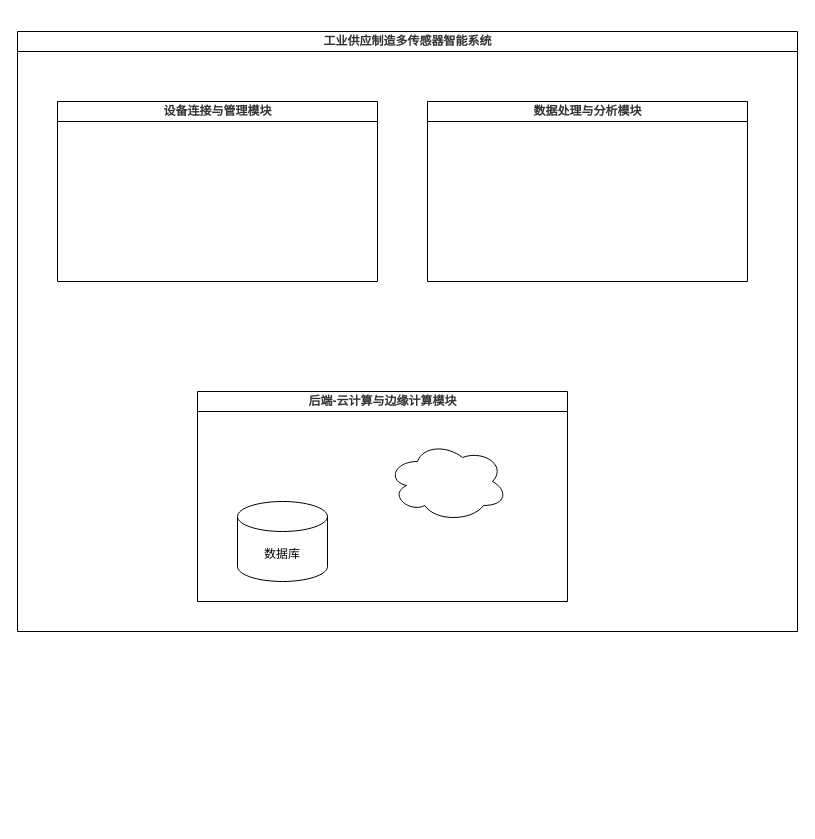
Before: 未命名绘图.drawio in RuspeciaNervld/DrawIO, a draw.io diagram. Source tidied: cells renumbered, new cells numbered last; positions are measured from the earlier drawing's top-left corner, leaving out a move shared by most shapes. Both pictures are drawn from the tidied source at 100%, with x=0, y=0 at pixel (17, 31).
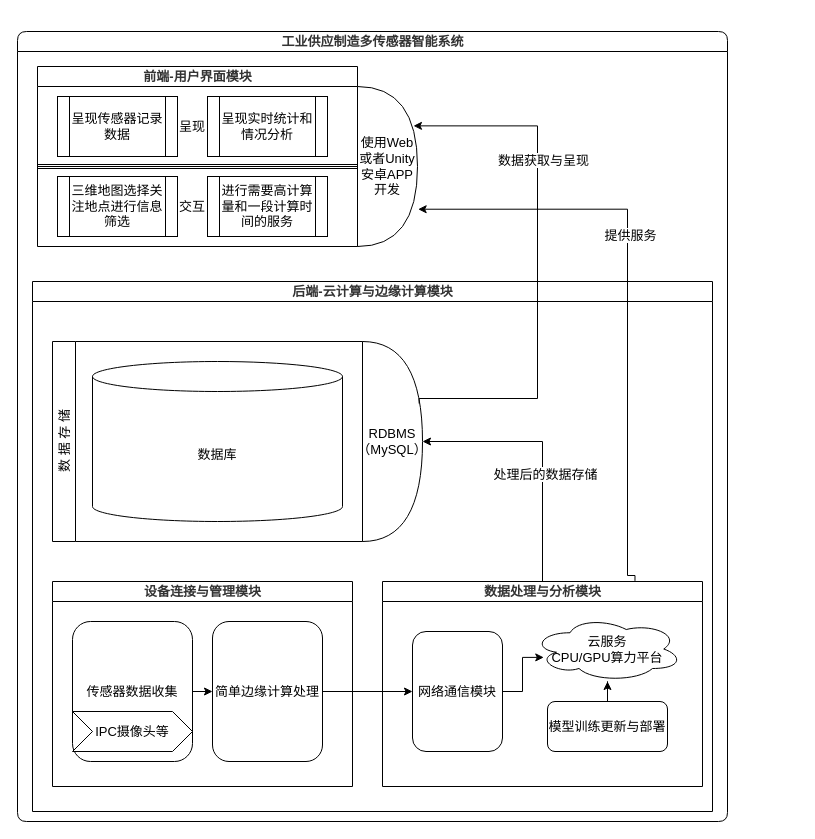
Above is the later version.

Commit message:
更新未命名绘图.drawio

Diff of the diagram source:
```diff
@@
-    <mxCell id="2" value="&lt;h1 style=&quot;box-sizing: border-box; break-inside: avoid; orphans: 4; font-size: var(--title-font-size); margin-top: 1rem; margin-bottom: 1rem; position: relative; font-weight: var(--strong-weight); font-family: var(--heading-Latin-font), var(--title-Chinese-font), serif; column-span: all; counter-reset: h2 0; color: rgb(51, 51, 51); break-after: avoid !important;&quot; class=&quot;md-end-block md-heading md-focus&quot;&gt;工业供应制造多传感器智能系统&lt;/h1&gt;" style="swimlane;html=1;startSize=20;horizontal=1;containerType=tree;glass=0;" parent="1" vertex="1">
-      <mxGeometry width="780" height="600" as="geometry" />
+    <mxCell id="2" value="&lt;h1 style=&quot;box-sizing: border-box; break-inside: avoid; orphans: 4; font-size: 13px; margin-top: 1rem; margin-bottom: 1rem; position: relative; font-weight: var(--strong-weight); font-family: var(--heading-Latin-font), var(--title-Chinese-font), serif; column-span: all; counter-reset: h2 0; color: rgb(51, 51, 51); break-after: avoid !important;&quot; class=&quot;md-end-block md-heading md-focus&quot;&gt;工业供应制造多传感器智能系统&lt;/h1&gt;" style="swimlane;html=1;startSize=20;horizontal=1;containerType=tree;glass=0;rounded=1;fontSize=13;fontFamily=华文黑体;" parent="1" vertex="1">
+      <mxGeometry width="710" height="790" as="geometry" />
     </mxCell>
+    <mxCell id="5" value="&lt;h1 style=&quot;box-sizing: border-box; break-inside: avoid; orphans: 4; font-size: 13px; margin-top: 1rem; margin-bottom: 1rem; position: relative; font-weight: var(--strong-weight); font-family: var(--heading-Latin-font), var(--title-Chinese-font), serif; column-span: all; counter-reset: h2 0; color: rgb(51, 51, 51); break-after: avoid !important;&quot; class=&quot;md-end-block md-heading md-focus&quot;&gt;后端-云计算与边缘计算模块&lt;br style=&quot;font-size: 13px;&quot;&gt;&lt;/h1&gt;" style="swimlane;html=1;startSize=20;horizontal=1;containerType=tree;glass=0;fontSize=13;fontFamily=华文黑体;" parent="2" vertex="1">
+      <mxGeometry x="15" y="250" width="680" height="530" as="geometry" />
+    </mxCell>
-    <mxCell id="3" value="&lt;h1 style=&quot;box-sizing: border-box; break-inside: avoid; orphans: 4; font-size: var(--title-font-size); margin-top: 1rem; margin-bottom: 1rem; position: relative; font-weight: var(--strong-weight); font-family: var(--heading-Latin-font), var(--title-Chinese-font), serif; column-span: all; counter-reset: h2 0; color: rgb(51, 51, 51); break-after: avoid !important;&quot; class=&quot;md-end-block md-heading md-focus&quot;&gt;设备连接与管理模块&lt;br&gt;&lt;/h1&gt;" style="swimlane;html=1;startSize=20;horizontal=1;containerType=tree;glass=0;" parent="2" vertex="1">
-      <mxGeometry x="40" y="70" width="320" height="180" as="geometry" />
+    <mxCell id="3" value="&lt;h1 style=&quot;box-sizing: border-box; break-inside: avoid; orphans: 4; font-size: 13px; margin-top: 1rem; margin-bottom: 1rem; position: relative; font-weight: var(--strong-weight); font-family: var(--heading-Latin-font), var(--title-Chinese-font), serif; column-span: all; counter-reset: h2 0; color: rgb(51, 51, 51); break-after: avoid !important;&quot; class=&quot;md-end-block md-heading md-focus&quot;&gt;设备连接与管理模块&lt;br style=&quot;font-size: 13px;&quot;&gt;&lt;/h1&gt;" style="swimlane;html=1;startSize=20;horizontal=1;containerType=tree;glass=0;fontSize=13;fontFamily=华文黑体;" parent="5" vertex="1">
+      <mxGeometry x="20" y="300" width="300" height="205" as="geometry" />
     </mxCell>
+    <mxCell id="8" style="edgeStyle=orthogonalEdgeStyle;rounded=0;jettySize=auto;html=1;exitX=1;exitY=0.5;exitDx=0;exitDy=0;entryX=0;entryY=0.5;entryDx=0;entryDy=0;fontSize=13;fontFamily=华文黑体;" parent="3" edge="1" source="9" target="11">
+      <mxGeometry relative="1" as="geometry" />
+    </mxCell>
+    <mxCell id="9" value="传感器数据收集" style="rounded=1;whiteSpace=wrap;html=1;fontSize=13;fontFamily=华文黑体;" parent="3" vertex="1">
+      <mxGeometry x="20" y="40" width="120" height="140" as="geometry" />
+    </mxCell>
+    <mxCell id="10" value="IPC摄像头等" style="shape=step;perimeter=stepPerimeter;whiteSpace=wrap;html=1;fixedSize=1;fontSize=13;fontFamily=华文黑体;" parent="3" vertex="1">
+      <mxGeometry x="20" y="130" width="120" height="40" as="geometry" />
+    </mxCell>
+    <mxCell id="11" value="简单边缘计算处理" style="rounded=1;whiteSpace=wrap;html=1;fontSize=13;fontFamily=华文黑体;" parent="3" vertex="1">
+      <mxGeometry x="160" y="40" width="110" height="140" as="geometry" />
+    </mxCell>
-    <mxCell id="4" value="&lt;h1 style=&quot;box-sizing: border-box; break-inside: avoid; orphans: 4; font-size: var(--title-font-size); margin-top: 1rem; margin-bottom: 1rem; position: relative; font-weight: var(--strong-weight); font-family: var(--heading-Latin-font), var(--title-Chinese-font), serif; column-span: all; counter-reset: h2 0; color: rgb(51, 51, 51); break-after: avoid !important;&quot; class=&quot;md-end-block md-heading md-focus&quot;&gt;数据处理与分析模块&lt;br&gt;&lt;/h1&gt;" style="swimlane;html=1;startSize=20;horizontal=1;containerType=tree;glass=0;" parent="2" vertex="1">
-      <mxGeometry x="410" y="70" width="320" height="180" as="geometry" />
+    <mxCell id="4" value="&lt;h1 style=&quot;box-sizing: border-box; break-inside: avoid; orphans: 4; font-size: 13px; margin-top: 1rem; margin-bottom: 1rem; position: relative; font-weight: var(--strong-weight); font-family: var(--heading-Latin-font), var(--title-Chinese-font), serif; column-span: all; counter-reset: h2 0; color: rgb(51, 51, 51); break-after: avoid !important;&quot; class=&quot;md-end-block md-heading md-focus&quot;&gt;数据处理与分析模块&lt;br style=&quot;font-size: 13px;&quot;&gt;&lt;/h1&gt;" style="swimlane;html=1;startSize=20;horizontal=1;containerType=tree;glass=0;fontSize=13;fontFamily=华文黑体;" parent="5" vertex="1">
+      <mxGeometry x="350" y="300" width="320" height="205" as="geometry" />
     </mxCell>
-    <mxCell id="5" value="&lt;h1 style=&quot;box-sizing: border-box; break-inside: avoid; orphans: 4; font-size: var(--title-font-size); margin-top: 1rem; margin-bottom: 1rem; position: relative; font-weight: var(--strong-weight); font-family: var(--heading-Latin-font), var(--title-Chinese-font), serif; column-span: all; counter-reset: h2 0; color: rgb(51, 51, 51); break-after: avoid !important;&quot; class=&quot;md-end-block md-heading md-focus&quot;&gt;后端-云计算与边缘计算模块&lt;br&gt;&lt;/h1&gt;" style="swimlane;html=1;startSize=20;horizontal=1;containerType=tree;glass=0;" parent="2" vertex="1">
-      <mxGeometry x="180" y="360" width="370" height="210" as="geometry" />
-    </mxCell>
+    <mxCell id="7" value="云服务&lt;br style=&quot;font-size: 13px;&quot;&gt;CPU/GPU算力平台" style="ellipse;shape=cloud;whiteSpace=wrap;html=1;fontSize=13;fontFamily=华文黑体;" parent="4" vertex="1">
+      <mxGeometry x="150" y="35" width="150" height="65" as="geometry" />
+    </mxCell>
+    <mxCell id="12" value="网络通信模块" style="rounded=1;whiteSpace=wrap;html=1;fontSize=13;fontFamily=华文黑体;" parent="4" vertex="1">
+      <mxGeometry x="30" y="50" width="90" height="120" as="geometry" />
+    </mxCell>
+    <mxCell id="13" style="edgeStyle=orthogonalEdgeStyle;rounded=0;jettySize=auto;html=1;fontSize=13;fontFamily=华文黑体;" parent="4" edge="1" source="14" target="7">
+      <mxGeometry relative="1" as="geometry" />
+    </mxCell>
+    <mxCell id="14" value="模型训练更新与部署" style="rounded=1;whiteSpace=wrap;html=1;fontSize=13;fontFamily=华文黑体;" parent="4" vertex="1">
+      <mxGeometry x="165" y="120" width="120" height="50" as="geometry" />
+    </mxCell>
+    <mxCell id="15" style="edgeStyle=orthogonalEdgeStyle;rounded=0;jettySize=auto;html=1;entryX=0.075;entryY=0.629;entryDx=0;entryDy=0;entryPerimeter=0;fontSize=13;fontFamily=华文黑体;" parent="4" edge="1" source="12" target="7">
+      <mxGeometry relative="1" as="geometry" />
+    </mxCell>
+    <mxCell id="16" value="&lt;span style=&quot;font-weight: normal; font-size: 13px;&quot;&gt;数 据 存 储&lt;/span&gt;" style="swimlane;horizontal=0;whiteSpace=wrap;html=1;fontSize=13;fontFamily=华文黑体;" parent="5" vertex="1">
+      <mxGeometry x="20" y="60" width="310" height="200" as="geometry" />
+    </mxCell>
-    <mxCell id="6" value="数据库" style="shape=cylinder3;whiteSpace=wrap;html=1;boundedLbl=1;backgroundOutline=1;size=15;" parent="5" vertex="1">
-      <mxGeometry x="40" y="110" width="90" height="80" as="geometry" />
+    <mxCell id="6" value="数据库" style="shape=cylinder3;whiteSpace=wrap;html=1;boundedLbl=1;backgroundOutline=1;size=15;fontSize=13;fontFamily=华文黑体;" parent="16" vertex="1">
+      <mxGeometry x="40" y="20" width="250" height="160" as="geometry" />
     </mxCell>
-    <mxCell id="7" style="ellipse;shape=cloud;whiteSpace=wrap;html=1;" parent="5" vertex="1">
-      <mxGeometry x="190" y="50" width="120" height="80" as="geometry" />
-    </mxCell>
+    <mxCell id="17" value="RDBMS&lt;br style=&quot;font-size: 13px;&quot;&gt;（MySQL）" style="shape=or;whiteSpace=wrap;html=1;fontSize=13;fontFamily=华文黑体;" parent="5" vertex="1">
+      <mxGeometry x="330" y="60" width="60" height="200" as="geometry" />
+    </mxCell>
+    <mxCell id="18" style="edgeStyle=orthogonalEdgeStyle;rounded=0;jettySize=auto;html=1;entryX=1;entryY=0.5;entryDx=0;entryDy=0;entryPerimeter=0;fontSize=13;fontFamily=华文黑体;" parent="5" edge="1" source="4" target="17">
+      <mxGeometry relative="1" as="geometry" />
+    </mxCell>
+    <mxCell id="19" value="处理后的数据存储" style="edgeLabel;html=1;align=center;verticalAlign=middle;fontSize=13;fontFamily=华文黑体;" parent="18" vertex="1">
+      <mxGeometry x="-0.17" y="-2" relative="1" as="geometry" />
+    </mxCell>
+    <mxCell id="20" style="edgeStyle=orthogonalEdgeStyle;rounded=0;jettySize=auto;html=1;exitX=1;exitY=0.5;exitDx=0;exitDy=0;entryX=0;entryY=0.5;entryDx=0;entryDy=0;fontSize=13;fontFamily=华文黑体;" parent="5" edge="1" source="11" target="12">
+      <mxGeometry relative="1" as="geometry" />
+    </mxCell>
+    <mxCell id="21" value="&lt;h1 style=&quot;box-sizing: border-box; break-inside: avoid; orphans: 4; font-size: 13px; margin-top: 1rem; margin-bottom: 1rem; position: relative; font-weight: var(--strong-weight); font-family: var(--heading-Latin-font), var(--title-Chinese-font), serif; column-span: all; counter-reset: h2 0; color: rgb(51, 51, 51); break-after: avoid !important;&quot; class=&quot;md-end-block md-heading md-focus&quot;&gt;前端-用户界面模块&lt;br style=&quot;font-size: 13px;&quot;&gt;&lt;/h1&gt;" style="swimlane;html=1;startSize=20;horizontal=1;containerType=tree;glass=0;fontSize=13;fontFamily=华文黑体;" parent="2" vertex="1">
+      <mxGeometry x="20" y="35" width="320" height="180" as="geometry" />
+    </mxCell>
+    <mxCell id="22" value="呈现传感器记录数据" style="shape=process;whiteSpace=wrap;html=1;backgroundOutline=1;fontSize=13;fontFamily=华文黑体;" parent="21" vertex="1">
+      <mxGeometry x="20" y="30" width="120" height="60" as="geometry" />
+    </mxCell>
+    <mxCell id="23" value="三维地图选择关注地点进行信息筛选" style="shape=process;whiteSpace=wrap;html=1;backgroundOutline=1;fontSize=13;fontFamily=华文黑体;" parent="21" vertex="1">
+      <mxGeometry x="20" y="110" width="120" height="60" as="geometry" />
+    </mxCell>
+    <mxCell id="24" value="呈现" style="text;html=1;strokeColor=none;fillColor=none;align=center;verticalAlign=middle;whiteSpace=wrap;rounded=0;fontSize=13;fontFamily=华文黑体;" parent="21" vertex="1">
+      <mxGeometry x="140" y="30" width="30" height="60" as="geometry" />
+    </mxCell>
+    <mxCell id="25" value="呈现实时统计和情况分析" style="shape=process;whiteSpace=wrap;html=1;backgroundOutline=1;fontSize=13;fontFamily=华文黑体;" parent="21" vertex="1">
+      <mxGeometry x="170" y="30" width="120" height="60" as="geometry" />
+    </mxCell>
+    <mxCell id="26" value="进行需要高计算量和一段计算时间的服务" style="shape=process;whiteSpace=wrap;html=1;backgroundOutline=1;fontSize=13;fontFamily=华文黑体;" parent="21" vertex="1">
+      <mxGeometry x="170" y="110" width="120" height="60" as="geometry" />
+    </mxCell>
+    <mxCell id="27" value="交互" style="text;html=1;strokeColor=none;fillColor=none;align=center;verticalAlign=middle;whiteSpace=wrap;rounded=0;fontSize=13;fontFamily=华文黑体;" parent="21" vertex="1">
+      <mxGeometry x="140" y="110" width="30" height="60" as="geometry" />
+    </mxCell>
+    <mxCell id="28" value="使用Web或者Unity安卓APP开发" style="shape=or;whiteSpace=wrap;html=1;fontSize=13;fontFamily=华文黑体;" parent="2" vertex="1">
+      <mxGeometry x="340" y="55" width="60" height="160" as="geometry" />
+    </mxCell>
+    <mxCell id="29" style="edgeStyle=orthogonalEdgeStyle;rounded=0;jettySize=auto;html=1;entryX=0.933;entryY=0.246;entryDx=0;entryDy=0;entryPerimeter=0;exitX=0.944;exitY=0.31;exitDx=0;exitDy=0;exitPerimeter=0;fontSize=13;fontFamily=华文黑体;" parent="2" edge="1" source="17" target="28">
+      <mxGeometry relative="1" as="geometry">
+        <Array as="points">
+          <mxPoint x="520" y="367" />
+          <mxPoint x="520" y="94" />
+        </Array>
+      </mxGeometry>
+    </mxCell>
+    <mxCell id="30" value="数据获取与呈现" style="edgeLabel;html=1;align=center;verticalAlign=middle;fontSize=13;fontFamily=华文黑体;" parent="29" vertex="1">
+      <mxGeometry x="0.23" relative="1" as="geometry">
+        <mxPoint x="5" y="-42" as="offset" />
+      </mxGeometry>
+    </mxCell>
+    <mxCell id="31" style="edgeStyle=orthogonalEdgeStyle;rounded=0;jettySize=auto;html=1;entryX=1.011;entryY=0.767;entryDx=0;entryDy=0;entryPerimeter=0;exitX=0.789;exitY=-0.003;exitDx=0;exitDy=0;exitPerimeter=0;fontSize=13;fontFamily=华文黑体;" parent="2" edge="1" source="4" target="28">
+      <mxGeometry relative="1" as="geometry">
+        <Array as="points">
+          <mxPoint x="610" y="544" />
+          <mxPoint x="610" y="178" />
+        </Array>
+      </mxGeometry>
+    </mxCell>
+    <mxCell id="32" value="提供服务" style="edgeLabel;html=1;align=center;verticalAlign=middle;fontSize=13;fontFamily=华文黑体;" parent="31" vertex="1">
+      <mxGeometry x="0.2" y="-2" relative="1" as="geometry" />
+    </mxCell>
+    <mxCell id="33" style="endArrow=none;html=1;rounded=0;fontSize=13;fontFamily=华文黑体;" parent="2" edge="1">
+      <mxGeometry relative="1" as="geometry">
+        <mxPoint x="20" y="135" as="sourcePoint" />
+        <mxPoint x="340" y="135" as="targetPoint" />
+      </mxGeometry>
+    </mxCell>
+    <mxCell id="34" style="shape=link;html=1;rounded=0;fontSize=13;fontFamily=华文黑体;" parent="2" edge="1">
+      <mxGeometry relative="1" as="geometry">
+        <mxPoint x="20" y="135" as="sourcePoint" />
+        <mxPoint x="340" y="135" as="targetPoint" />
+      </mxGeometry>
+    </mxCell>
```
